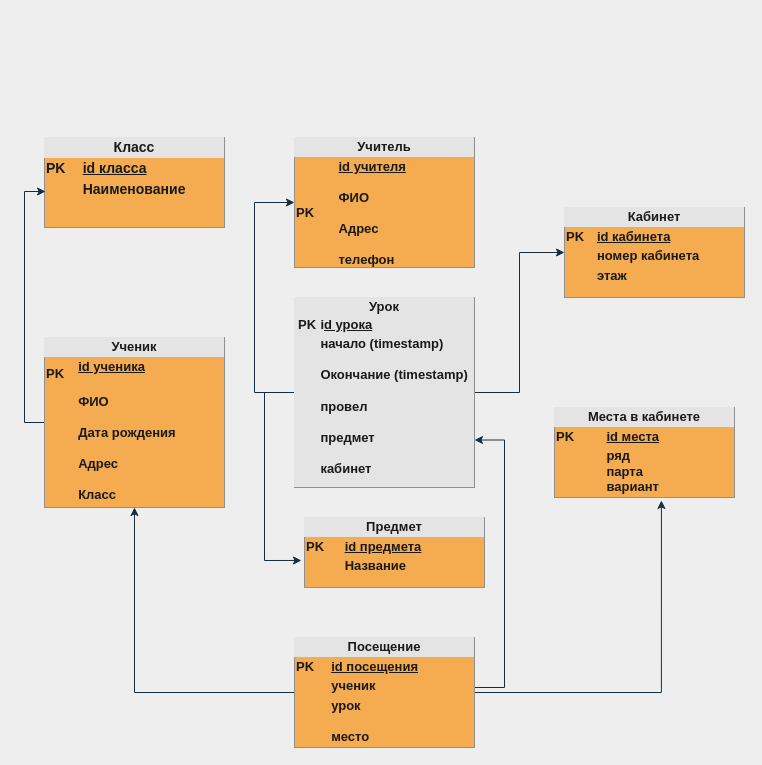
Before: Диаграмма без названия.drawio in Spass1987/sem-3-dz, a draw.io diagram. Source tidied: cells renumbered, new cells numbered last; positions are measured from the earlier drawing's top-left corner, leaving out a move shared by most shapes. Both pictures are drawn from the tidied source at 100%, with x=0, y=0 at pixel (24, 137).
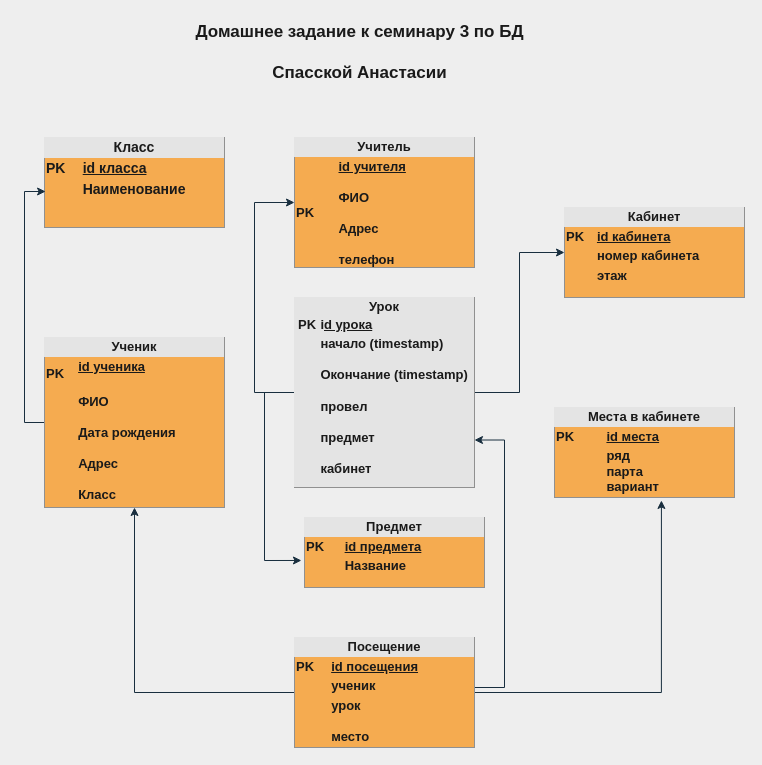
The same page after the edit.

Diff of the diagram source:
```diff
@@
+    <mxCell id="17" value="Домашнее задание к семинару 3 по БД&lt;br style=&quot;font-size: 17px;&quot;&gt;&lt;br style=&quot;font-size: 17px;&quot;&gt;Спасской Анастасии" style="text;html=1;align=center;verticalAlign=middle;strokeColor=none;fillColor=none;fontColor=#1A1A1A;fontStyle=1;fontSize=17;" parent="1" vertex="1">
+      <mxGeometry x="160" y="-120" width="350" height="70" as="geometry" />
+    </mxCell>
```
